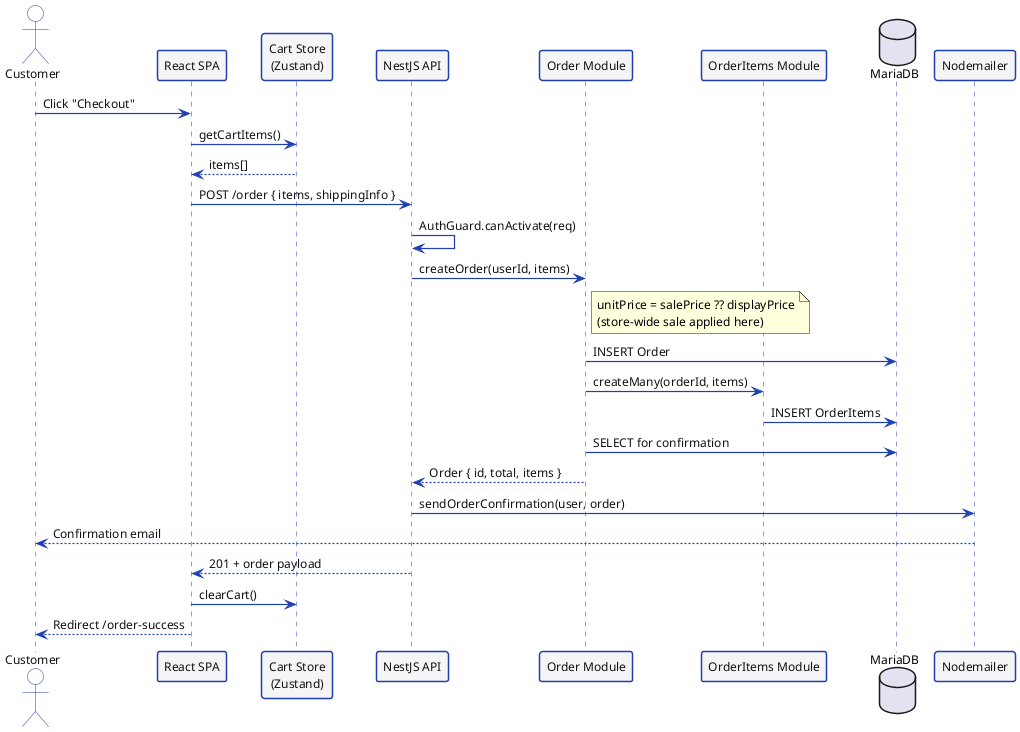
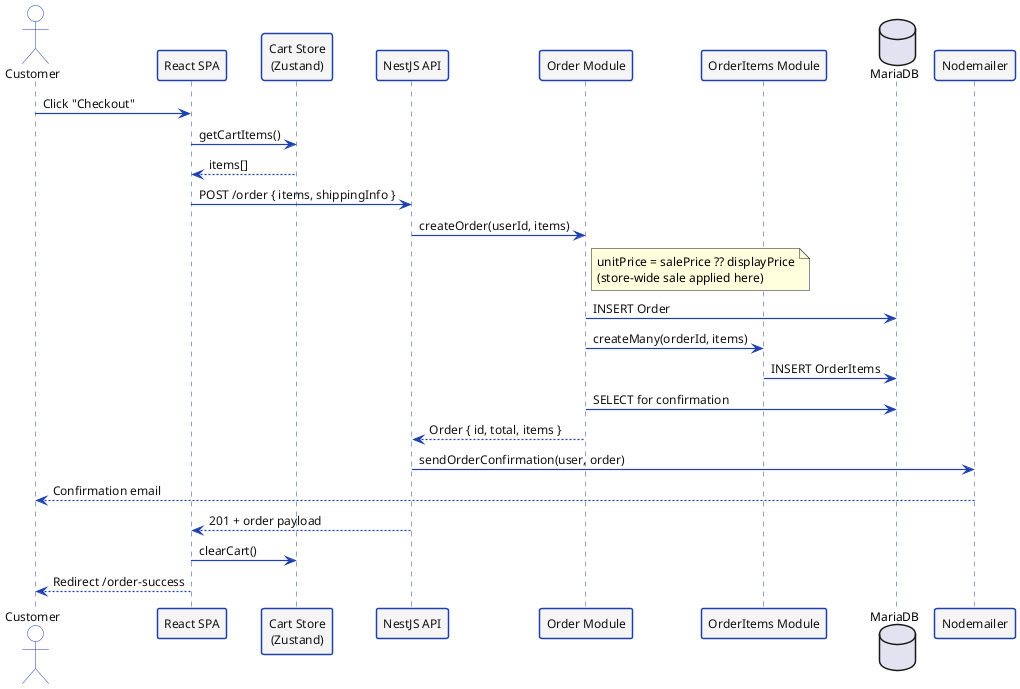
@startuml seq-order

skinparam defaultFontName Helvetica
skinparam defaultFontSize 12
skinparam backgroundColor #FFFFFF
skinparam sequenceArrowThickness 1.2
skinparam sequenceParticipantBorderThickness 1.5

skinparam sequence {
  ActorBackgroundColor       #FFFFFF
  ActorBorderColor           #1E40AF
  ActorFontColor             #111111
  ParticipantBackgroundColor #F5F5F5
  ParticipantBorderColor     #1E40AF
  ParticipantFontColor       #111111
  LifeLineBorderColor        #1E40AF
  ArrowColor                 #1E40AF
  ArrowFontColor             #111111
  GroupBackgroundColor       #EFF6FF
  GroupBorderColor           #1E40AF
  NoteBackgroundColor        #F5F5F5
  NoteBorderColor            #1E40AF
}

actor       "Customer"            as C
participant "React SPA"           as FE
participant "Cart Store\n(Zustand)" as Z
participant "NestJS API"          as BE
participant "Order Module"        as OM
participant "OrderItems Module"   as OIM
database    "MariaDB"             as DB
participant "Nodemailer"          as MAIL

C  -> FE : Click "Checkout"
FE -> Z  : getCartItems()
Z  --> FE : items[]
FE -> BE : POST /order { items, shippingInfo }
- BE -> BE : AuthGuard.canActivate(req)
BE -> OM : createOrder(userId, items)
note right of OM
  unitPrice = salePrice ?? displayPrice
  (store-wide sale applied here)
end note
OM -> DB : INSERT Order
OM -> OIM : createMany(orderId, items)
OIM -> DB : INSERT OrderItems
OM -> DB : SELECT for confirmation
OM --> BE : Order { id, total, items }
BE -> MAIL : sendOrderConfirmation(user, order)
MAIL --> C : Confirmation email
BE --> FE : 201 + order payload
FE -> Z  : clearCart()
FE --> C : Redirect /order-success

@enduml
